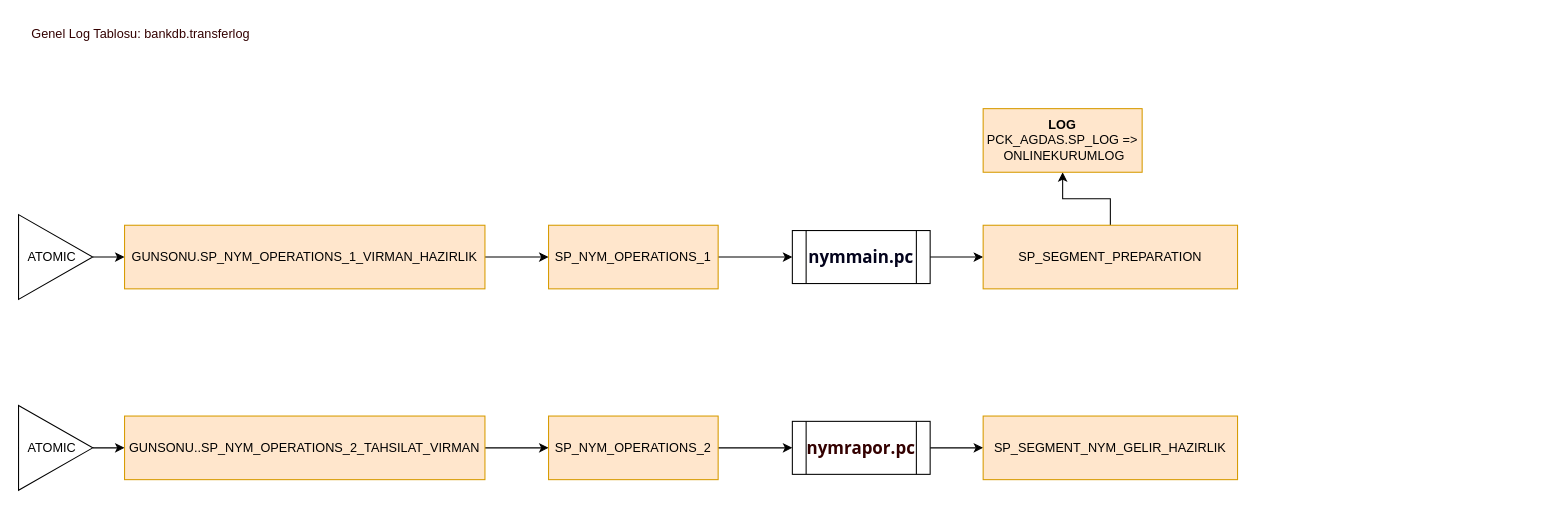
This is virman-steps.drawio from burakaydemir/diagrams, a draw.io file, before an edit. Source tidied: cells renumbered, new cells numbered last; positions are measured from the earlier drawing's top-left corner, leaving out a move shared by most shapes. Both pictures are drawn from the tidied source at 106%, with x=0, y=0 at pixel (18, 18).
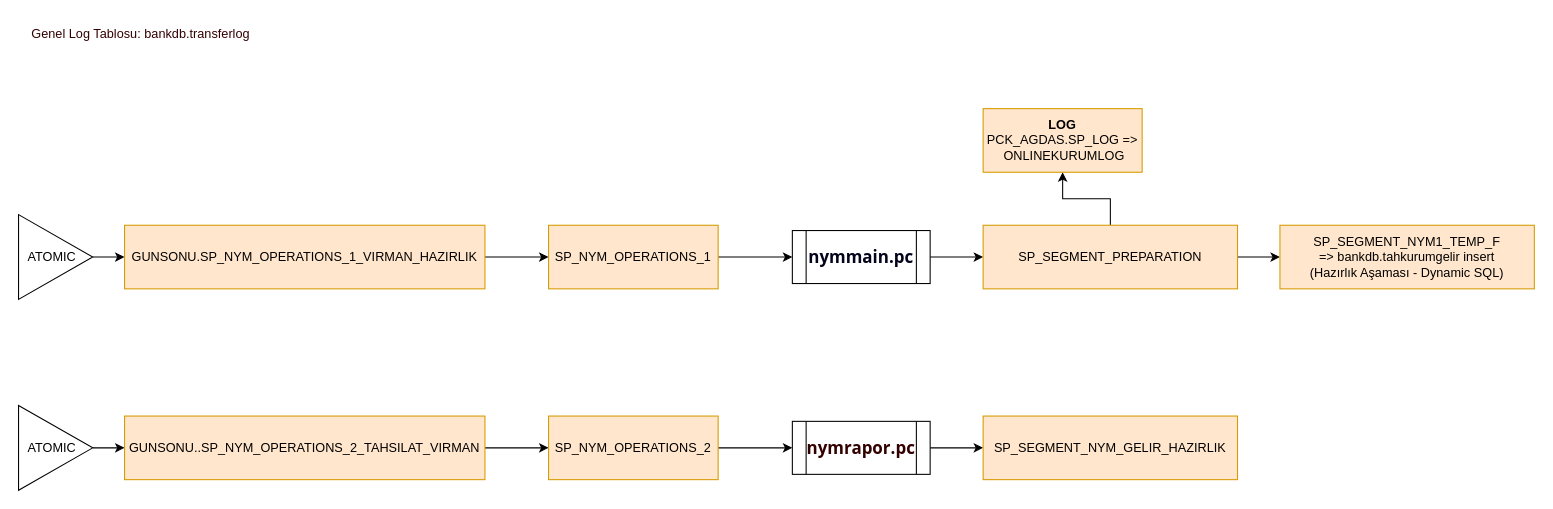
The same page after the edit.

The change refers to these unchanged cells:
```xml
<mxCell id="19" value="SP_SEGMENT_PREPARATION" style="rounded=0;whiteSpace=wrap;html=1;fillColor=#ffe6cc;strokeColor=#d79b00;" parent="1" vertex="1">
  <mxGeometry x="910" y="195" width="240" height="60" as="geometry" />
</mxCell>
```

What changed in the source:
```diff
@@
+    <mxCell id="23" style="edgeStyle=orthogonalEdgeStyle;rounded=0;jettySize=auto;html=1;fontColor=#330000;" parent="1" edge="1" source="19" target="24">
+      <mxGeometry relative="1" as="geometry" />
+    </mxCell>
@@
+    <mxCell id="24" value="SP_SEGMENT_NYM1_TEMP_F =&amp;gt;&amp;nbsp;bankdb.tahkurumgelir insert&lt;br&gt;(Hazırlık Aşaması - Dynamic SQL)" style="rounded=0;whiteSpace=wrap;html=1;fillColor=#ffe6cc;strokeColor=#d79b00;" parent="1" vertex="1">
+      <mxGeometry x="1190" y="195" width="240" height="60" as="geometry" />
+    </mxCell>
```
